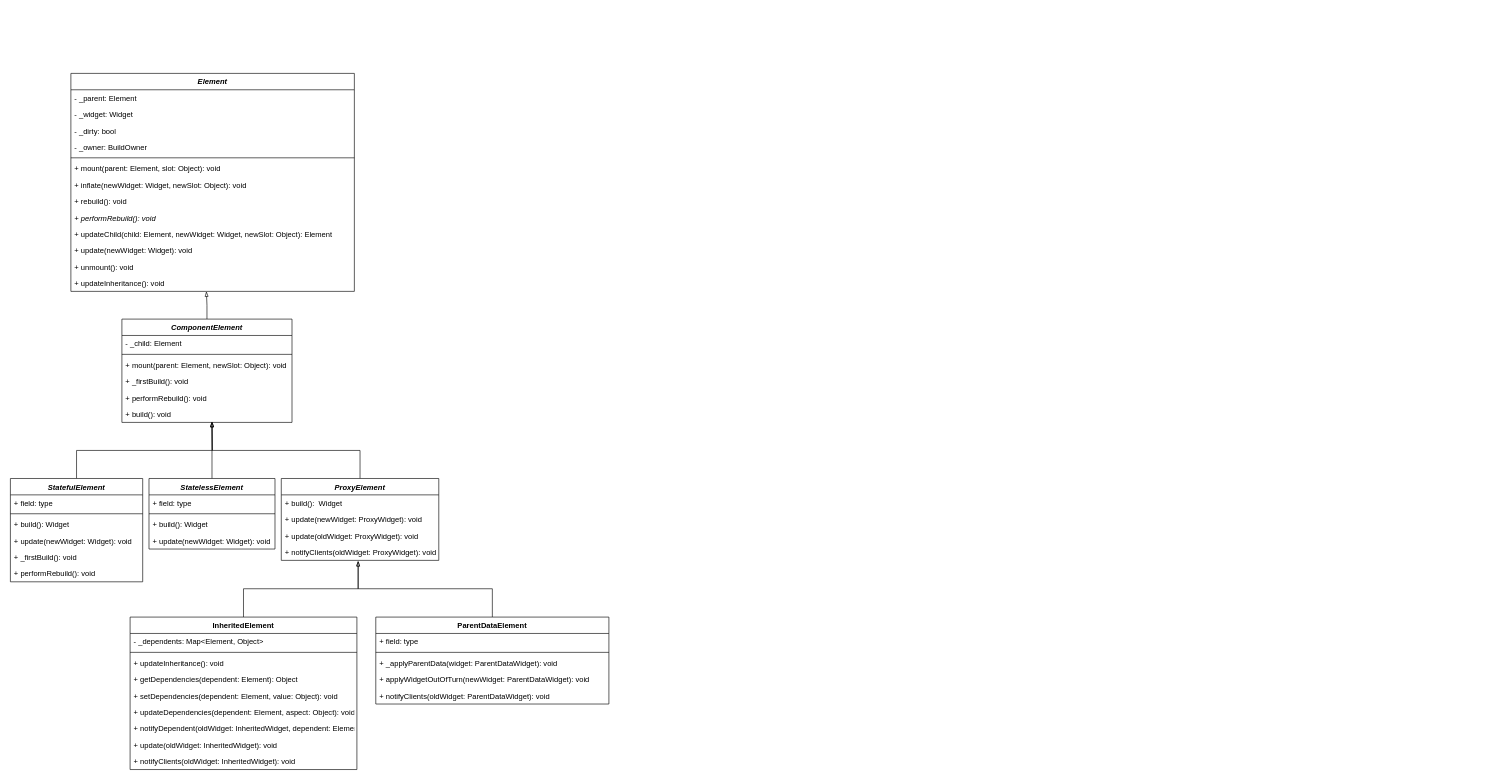
Above: flutter/element.drawio in rockstore/diagram (draw.io), before the change. Source tidied: cells renumbered, new cells numbered last; positions are measured from the earlier drawing's top-left corner, leaving out a move shared by most shapes. Both pictures are drawn from the tidied source at 63%, with x=0, y=0 at pixel (10, 73).
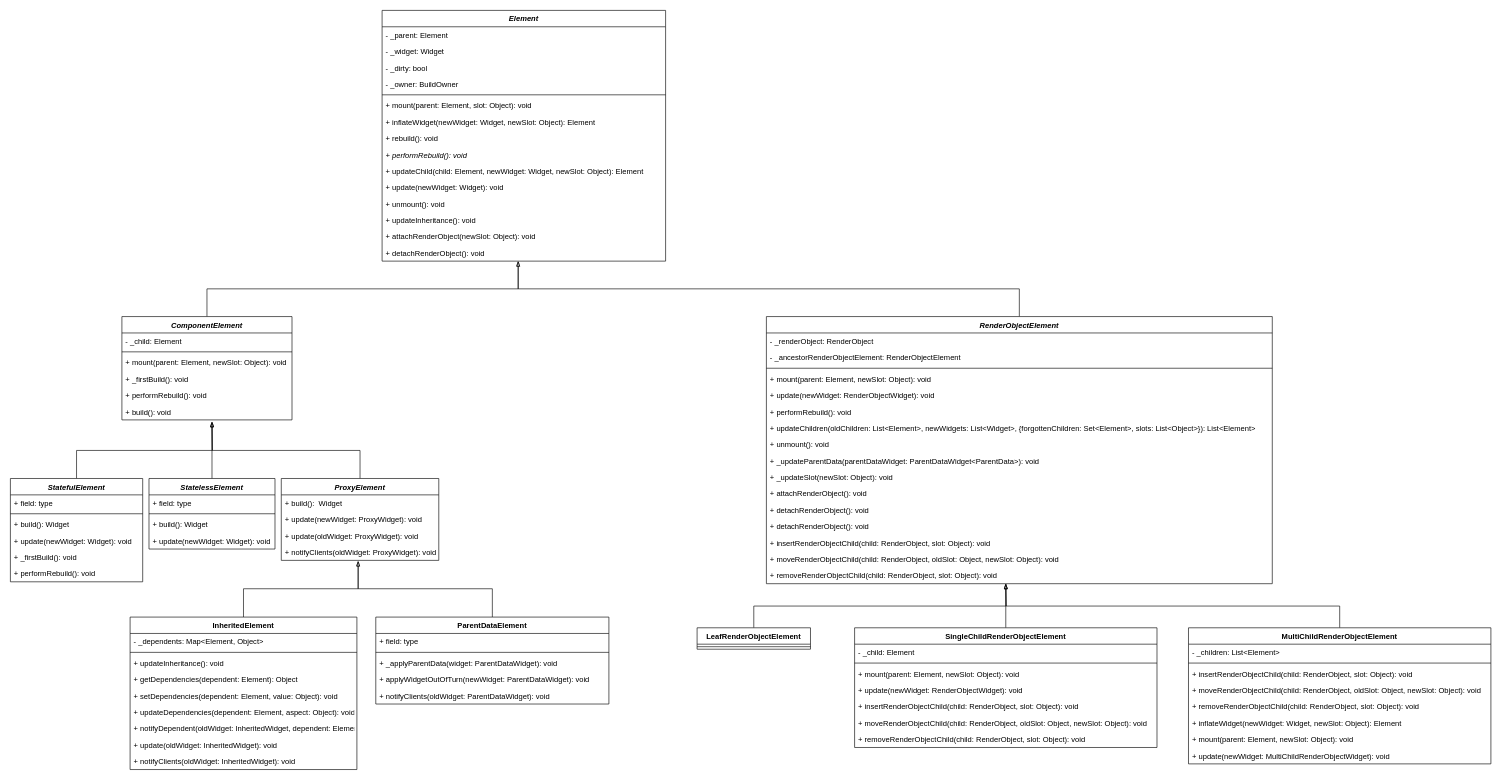
After the change.

The change refers to these unchanged cells:
```xml
<mxCell id="23" value="+ updateInheritance(): void" style="text;strokeColor=none;fillColor=none;align=left;verticalAlign=top;spacingLeft=4;spacingRight=4;overflow=hidden;points=[[0,0.5],[1,0.5]];portConstraint=eastwest;shadow=0;fontColor=default;startSize=26;" parent="10" vertex="1">
  <mxGeometry y="320" width="450" height="26" as="geometry" />
</mxCell>
```

What changed in the source:
```diff
@@
-    <mxCell id="2" style="edgeStyle=orthogonalEdgeStyle;rounded=0;jettySize=auto;html=1;exitX=0.5;exitY=0;exitDx=0;exitDy=0;entryX=0.478;entryY=1;entryDx=0;entryDy=0;entryPerimeter=0;labelBackgroundColor=default;fontColor=default;endArrow=blockThin;endFill=0;strokeColor=default;" parent="1" edge="1" source="3" target="23">
-      <mxGeometry relative="1" as="geometry" />
-    </mxCell>
+    <mxCell id="62" style="edgeStyle=orthogonalEdgeStyle;rounded=0;jettySize=auto;html=1;exitX=0.5;exitY=0;exitDx=0;exitDy=0;entryX=0.48;entryY=1;entryDx=0;entryDy=0;entryPerimeter=0;labelBackgroundColor=default;fontColor=default;endArrow=blockThin;endFill=0;strokeColor=default;fillColor=default;" parent="1" edge="1" source="3" target="64">
+      <mxGeometry relative="1" as="geometry" />
+    </mxCell>
     <mxCell id="3" value="ComponentElement" style="swimlane;fontStyle=3;align=center;verticalAlign=top;horizontal=1;startSize=26;fontColor=default;strokeColor=default;fillColor=default;" parent="1" vertex="1">
-      <mxGeometry x="177" y="390" width="270" height="164" as="geometry" />
+      <mxGeometry x="177" y="386" width="270" height="164" as="geometry" />
     </mxCell>
@@
     <mxCell id="10" value="Element" style="swimlane;fontStyle=3;align=center;verticalAlign=top;horizontal=1;startSize=26;shadow=0;fontColor=default;strokeColor=default;fillColor=default;" parent="1" vertex="1">
-      <mxGeometry x="96" width="450" height="346" as="geometry" />
+      <mxGeometry x="590" y="-100" width="450" height="398" as="geometry" />
     </mxCell>
@@
-    <mxCell id="17" value="+ inflate(newWidget: Widget, newSlot: Object): void" style="text;strokeColor=none;fillColor=none;align=left;verticalAlign=top;spacingLeft=4;spacingRight=4;overflow=hidden;shadow=0;fontColor=default;startSize=26;" parent="10" vertex="1">
+    <mxCell id="17" value="+ inflateWidget(newWidget: Widget, newSlot: Object): Element" style="text;strokeColor=none;fillColor=none;align=left;verticalAlign=top;spacingLeft=4;spacingRight=4;overflow=hidden;shadow=0;fontColor=default;startSize=26;" parent="10" vertex="1">
       <mxGeometry y="164" width="450" height="26" as="geometry" />
     </mxCell>
@@
+    <mxCell id="63" value="+ attachRenderObject(newSlot: Object): void" style="text;strokeColor=none;fillColor=none;align=left;verticalAlign=top;spacingLeft=4;spacingRight=4;overflow=hidden;shadow=0;fontColor=default;startSize=26;fontStyle=0;" parent="10" vertex="1">
+      <mxGeometry y="346" width="450" height="26" as="geometry" />
+    </mxCell>
+    <mxCell id="64" value="+ detachRenderObject(): void" style="text;strokeColor=none;fillColor=none;align=left;verticalAlign=top;spacingLeft=4;spacingRight=4;overflow=hidden;points=[[0,0.5],[1,0.5]];portConstraint=eastwest;shadow=0;fontColor=default;startSize=26;fontStyle=0;" parent="10" vertex="1">
+      <mxGeometry y="372" width="450" height="26" as="geometry" />
+    </mxCell>
@@
+    <mxCell id="65" style="edgeStyle=orthogonalEdgeStyle;rounded=0;jettySize=auto;html=1;exitX=0.5;exitY=0;exitDx=0;exitDy=0;entryX=0.48;entryY=1;entryDx=0;entryDy=0;entryPerimeter=0;labelBackgroundColor=default;fontColor=default;endArrow=blockThin;endFill=0;strokeColor=default;fillColor=default;" parent="1" edge="1" source="66" target="64">
+      <mxGeometry relative="1" as="geometry" />
+    </mxCell>
+    <mxCell id="66" value="RenderObjectElement" style="swimlane;fontStyle=3;align=center;verticalAlign=top;horizontal=1;startSize=26;labelBackgroundColor=default;fontColor=default;strokeColor=default;fillColor=default;" parent="1" vertex="1">
+      <mxGeometry x="1200" y="386" width="803" height="424" as="geometry" />
+    </mxCell>
+    <mxCell id="67" value="- _renderObject: RenderObject" style="text;strokeColor=none;fillColor=none;align=left;verticalAlign=top;spacingLeft=4;spacingRight=4;overflow=hidden;labelBackgroundColor=default;fontColor=default;" parent="66" vertex="1">
+      <mxGeometry y="26" width="803" height="26" as="geometry" />
+    </mxCell>
+    <mxCell id="68" value="- _ancestorRenderObjectElement: RenderObjectElement" style="text;strokeColor=none;fillColor=none;align=left;verticalAlign=top;spacingLeft=4;spacingRight=4;overflow=hidden;labelBackgroundColor=default;fontColor=default;" parent="66" vertex="1">
+      <mxGeometry y="52" width="803" height="26" as="geometry" />
+    </mxCell>
+    <mxCell id="69" style="line;strokeWidth=1;fillColor=none;align=left;verticalAlign=middle;spacingTop=-1;spacingLeft=3;spacingRight=3;labelPosition=right;labelBackgroundColor=default;fontColor=default;" parent="66" vertex="1">
+      <mxGeometry y="78" width="803" height="8" as="geometry" />
+    </mxCell>
+    <mxCell id="70" value="+ mount(parent: Element, newSlot: Object): void" style="text;strokeColor=none;fillColor=none;align=left;verticalAlign=top;spacingLeft=4;spacingRight=4;overflow=hidden;labelBackgroundColor=default;fontColor=default;" parent="66" vertex="1">
+      <mxGeometry y="86" width="803" height="26" as="geometry" />
+    </mxCell>
+    <mxCell id="71" value="+ update(newWidget: RenderObjectWidget): void" style="text;strokeColor=none;fillColor=none;align=left;verticalAlign=top;spacingLeft=4;spacingRight=4;overflow=hidden;labelBackgroundColor=default;fontColor=default;" parent="66" vertex="1">
+      <mxGeometry y="112" width="803" height="26" as="geometry" />
+    </mxCell>
+    <mxCell id="72" value="+ performRebuild(): void" style="text;strokeColor=none;fillColor=none;align=left;verticalAlign=top;spacingLeft=4;spacingRight=4;overflow=hidden;labelBackgroundColor=default;fontColor=default;" parent="66" vertex="1">
+      <mxGeometry y="138" width="803" height="26" as="geometry" />
+    </mxCell>
+    <mxCell id="73" value="+ updateChildren(oldChildren: List&lt;Element&gt;, newWidgets: List&lt;Widget&gt;, {forgottenChildren: Set&lt;Element&gt;, slots: List&lt;Object&gt;}): List&lt;Element&gt;" style="text;strokeColor=none;fillColor=none;align=left;verticalAlign=top;spacingLeft=4;spacingRight=4;overflow=hidden;labelBackgroundColor=default;fontColor=default;" parent="66" vertex="1">
+      <mxGeometry y="164" width="803" height="26" as="geometry" />
+    </mxCell>
+    <mxCell id="74" value="+ unmount(): void" style="text;strokeColor=none;fillColor=none;align=left;verticalAlign=top;spacingLeft=4;spacingRight=4;overflow=hidden;labelBackgroundColor=default;fontColor=default;" parent="66" vertex="1">
+      <mxGeometry y="190" width="803" height="26" as="geometry" />
+    </mxCell>
+    <mxCell id="75" value="+ _updateParentData(parentDataWidget: ParentDataWidget&lt;ParentData&gt;): void" style="text;strokeColor=none;fillColor=none;align=left;verticalAlign=top;spacingLeft=4;spacingRight=4;overflow=hidden;labelBackgroundColor=default;fontColor=default;" parent="66" vertex="1">
+      <mxGeometry y="216" width="803" height="26" as="geometry" />
+    </mxCell>
+    <mxCell id="76" value="+ _updateSlot(newSlot: Object): void" style="text;strokeColor=none;fillColor=none;align=left;verticalAlign=top;spacingLeft=4;spacingRight=4;overflow=hidden;labelBackgroundColor=default;fontColor=default;" parent="66" vertex="1">
+      <mxGeometry y="242" width="803" height="26" as="geometry" />
+    </mxCell>
+    <mxCell id="77" value="+ attachRenderObject(): void" style="text;strokeColor=none;fillColor=none;align=left;verticalAlign=top;spacingLeft=4;spacingRight=4;overflow=hidden;labelBackgroundColor=default;fontColor=default;" parent="66" vertex="1">
+      <mxGeometry y="268" width="803" height="26" as="geometry" />
+    </mxCell>
+    <mxCell id="78" value="+ detachRenderObject(): void" style="text;strokeColor=none;fillColor=none;align=left;verticalAlign=top;spacingLeft=4;spacingRight=4;overflow=hidden;labelBackgroundColor=default;fontColor=default;" parent="66" vertex="1">
+      <mxGeometry y="294" width="803" height="26" as="geometry" />
+    </mxCell>
+    <mxCell id="79" value="+ detachRenderObject(): void" style="text;strokeColor=none;fillColor=none;align=left;verticalAlign=top;spacingLeft=4;spacingRight=4;overflow=hidden;labelBackgroundColor=default;fontColor=default;" parent="66" vertex="1">
+      <mxGeometry y="320" width="803" height="26" as="geometry" />
+    </mxCell>
+    <mxCell id="80" value="+ insertRenderObjectChild(child: RenderObject, slot: Object): void" style="text;strokeColor=none;fillColor=none;align=left;verticalAlign=top;spacingLeft=4;spacingRight=4;overflow=hidden;labelBackgroundColor=default;fontColor=default;" parent="66" vertex="1">
+      <mxGeometry y="346" width="803" height="26" as="geometry" />
+    </mxCell>
+    <mxCell id="81" value="+ moveRenderObjectChild(child: RenderObject, oldSlot: Object, newSlot: Object): void" style="text;strokeColor=none;fillColor=none;align=left;verticalAlign=top;spacingLeft=4;spacingRight=4;overflow=hidden;labelBackgroundColor=default;fontColor=default;" parent="66" vertex="1">
+      <mxGeometry y="372" width="803" height="26" as="geometry" />
+    </mxCell>
+    <mxCell id="82" value="+ removeRenderObjectChild(child: RenderObject, slot: Object): void" style="text;strokeColor=none;fillColor=none;align=left;verticalAlign=top;spacingLeft=4;spacingRight=4;overflow=hidden;labelBackgroundColor=default;fontColor=default;" parent="66" vertex="1">
+      <mxGeometry y="398" width="803" height="26" as="geometry" />
+    </mxCell>
+    <mxCell id="83" style="edgeStyle=orthogonalEdgeStyle;rounded=0;jettySize=auto;html=1;exitX=0.5;exitY=0;exitDx=0;exitDy=0;labelBackgroundColor=default;fontColor=default;endArrow=blockThin;endFill=0;strokeColor=default;fillColor=default;" parent="1" edge="1" source="84">
+      <mxGeometry relative="1" as="geometry">
+        <mxPoint x="1580" y="810" as="targetPoint" />
+      </mxGeometry>
+    </mxCell>
+    <mxCell id="84" value="LeafRenderObjectElement" style="swimlane;fontStyle=1;align=center;verticalAlign=top;horizontal=1;startSize=26;labelBackgroundColor=default;fontColor=default;strokeColor=default;fillColor=default;" parent="1" vertex="1">
+      <mxGeometry x="1090" y="880" width="180" height="34" as="geometry" />
+    </mxCell>
+    <mxCell id="85" style="line;strokeWidth=1;fillColor=none;align=left;verticalAlign=middle;spacingTop=-1;spacingLeft=3;spacingRight=3;labelPosition=right;labelBackgroundColor=default;fontColor=default;" parent="84" vertex="1">
+      <mxGeometry y="26" width="180" height="8" as="geometry" />
+    </mxCell>
+    <mxCell id="86" style="edgeStyle=orthogonalEdgeStyle;rounded=0;jettySize=auto;html=1;exitX=0.5;exitY=0;exitDx=0;exitDy=0;labelBackgroundColor=default;fontColor=default;endArrow=blockThin;endFill=0;strokeColor=default;fillColor=default;" parent="1" edge="1" source="87">
+      <mxGeometry relative="1" as="geometry">
+        <mxPoint x="1580" y="810" as="targetPoint" />
+      </mxGeometry>
+    </mxCell>
+    <mxCell id="87" value="SingleChildRenderObjectElement" style="swimlane;fontStyle=1;align=center;verticalAlign=top;horizontal=1;startSize=26;labelBackgroundColor=default;fontColor=default;strokeColor=default;fillColor=default;" parent="1" vertex="1">
+      <mxGeometry x="1340" y="880" width="480" height="190" as="geometry" />
+    </mxCell>
+    <mxCell id="88" value="- _child: Element" style="text;strokeColor=none;fillColor=none;align=left;verticalAlign=top;spacingLeft=4;spacingRight=4;overflow=hidden;labelBackgroundColor=default;fontColor=default;" parent="87" vertex="1">
+      <mxGeometry y="26" width="480" height="26" as="geometry" />
+    </mxCell>
+    <mxCell id="89" style="line;strokeWidth=1;fillColor=none;align=left;verticalAlign=middle;spacingTop=-1;spacingLeft=3;spacingRight=3;labelPosition=right;labelBackgroundColor=default;fontColor=default;" parent="87" vertex="1">
+      <mxGeometry y="52" width="480" height="8" as="geometry" />
+    </mxCell>
+    <mxCell id="90" value="+ mount(parent: Element, newSlot: Object): void" style="text;strokeColor=none;fillColor=none;align=left;verticalAlign=top;spacingLeft=4;spacingRight=4;overflow=hidden;labelBackgroundColor=default;fontColor=default;" parent="87" vertex="1">
+      <mxGeometry y="60" width="480" height="26" as="geometry" />
+    </mxCell>
+    <mxCell id="91" value="+ update(newWidget: RenderObjectWidget): void" style="text;strokeColor=none;fillColor=none;align=left;verticalAlign=top;spacingLeft=4;spacingRight=4;overflow=hidden;labelBackgroundColor=default;fontColor=default;" parent="87" vertex="1">
+      <mxGeometry y="86" width="480" height="26" as="geometry" />
+    </mxCell>
+    <mxCell id="92" value="+ insertRenderObjectChild(child: RenderObject, slot: Object): void" style="text;strokeColor=none;fillColor=none;align=left;verticalAlign=top;spacingLeft=4;spacingRight=4;overflow=hidden;labelBackgroundColor=default;fontColor=default;" parent="87" vertex="1">
+      <mxGeometry y="112" width="480" height="26" as="geometry" />
+    </mxCell>
+    <mxCell id="93" value="+ moveRenderObjectChild(child: RenderObject, oldSlot: Object, newSlot: Object): void" style="text;strokeColor=none;fillColor=none;align=left;verticalAlign=top;spacingLeft=4;spacingRight=4;overflow=hidden;labelBackgroundColor=default;fontColor=default;" parent="87" vertex="1">
+      <mxGeometry y="138" width="480" height="26" as="geometry" />
+    </mxCell>
+    <mxCell id="94" value="+ removeRenderObjectChild(child: RenderObject, slot: Object): void" style="text;strokeColor=none;fillColor=none;align=left;verticalAlign=top;spacingLeft=4;spacingRight=4;overflow=hidden;labelBackgroundColor=default;fontColor=default;" parent="87" vertex="1">
+      <mxGeometry y="164" width="480" height="26" as="geometry" />
+    </mxCell>
+    <mxCell id="95" style="edgeStyle=orthogonalEdgeStyle;rounded=0;jettySize=auto;html=1;exitX=0.5;exitY=0;exitDx=0;exitDy=0;labelBackgroundColor=default;fontColor=default;endArrow=blockThin;endFill=0;strokeColor=default;fillColor=default;" parent="1" edge="1" source="96">
+      <mxGeometry relative="1" as="geometry">
+        <mxPoint x="1580" y="810" as="targetPoint" />
+      </mxGeometry>
+    </mxCell>
+    <mxCell id="96" value="MultiChildRenderObjectElement" style="swimlane;fontStyle=1;align=center;verticalAlign=top;horizontal=1;startSize=26;labelBackgroundColor=default;fontColor=default;strokeColor=default;fillColor=default;" parent="1" vertex="1">
+      <mxGeometry x="1870" y="880" width="480" height="216" as="geometry" />
+    </mxCell>
+    <mxCell id="97" value="- _children: List&lt;Element&gt;" style="text;strokeColor=none;fillColor=none;align=left;verticalAlign=top;spacingLeft=4;spacingRight=4;overflow=hidden;labelBackgroundColor=default;fontColor=default;" parent="96" vertex="1">
+      <mxGeometry y="26" width="480" height="26" as="geometry" />
+    </mxCell>
+    <mxCell id="98" style="line;strokeWidth=1;fillColor=none;align=left;verticalAlign=middle;spacingTop=-1;spacingLeft=3;spacingRight=3;labelPosition=right;labelBackgroundColor=default;fontColor=default;" parent="96" vertex="1">
+      <mxGeometry y="52" width="480" height="8" as="geometry" />
+    </mxCell>
+    <mxCell id="99" value="+ insertRenderObjectChild(child: RenderObject, slot: Object): void" style="text;strokeColor=none;fillColor=none;align=left;verticalAlign=top;spacingLeft=4;spacingRight=4;overflow=hidden;labelBackgroundColor=default;fontColor=default;" parent="96" vertex="1">
+      <mxGeometry y="60" width="480" height="26" as="geometry" />
+    </mxCell>
+    <mxCell id="100" value="+ moveRenderObjectChild(child: RenderObject, oldSlot: Object, newSlot: Object): void" style="text;strokeColor=none;fillColor=none;align=left;verticalAlign=top;spacingLeft=4;spacingRight=4;overflow=hidden;labelBackgroundColor=default;fontColor=default;" parent="96" vertex="1">
+      <mxGeometry y="86" width="480" height="26" as="geometry" />
+    </mxCell>
+    <mxCell id="101" value="+ removeRenderObjectChild(child: RenderObject, slot: Object): void" style="text;strokeColor=none;fillColor=none;align=left;verticalAlign=top;spacingLeft=4;spacingRight=4;overflow=hidden;labelBackgroundColor=default;fontColor=default;" parent="96" vertex="1">
+      <mxGeometry y="112" width="480" height="26" as="geometry" />
+    </mxCell>
+    <mxCell id="102" value="+ inflateWidget(newWidget: Widget, newSlot: Object): Element" style="text;strokeColor=none;fillColor=none;align=left;verticalAlign=top;spacingLeft=4;spacingRight=4;overflow=hidden;labelBackgroundColor=default;fontColor=default;" parent="96" vertex="1">
+      <mxGeometry y="138" width="480" height="26" as="geometry" />
+    </mxCell>
+    <mxCell id="103" value="+ mount(parent: Element, newSlot: Object): void" style="text;strokeColor=none;fillColor=none;align=left;verticalAlign=top;spacingLeft=4;spacingRight=4;overflow=hidden;labelBackgroundColor=default;fontColor=default;" parent="96" vertex="1">
+      <mxGeometry y="164" width="480" height="26" as="geometry" />
+    </mxCell>
+    <mxCell id="104" value="+ update(newWidget: MultiChildRenderObjectWidget): void" style="text;strokeColor=none;fillColor=none;align=left;verticalAlign=top;spacingLeft=4;spacingRight=4;overflow=hidden;labelBackgroundColor=default;fontColor=default;" parent="96" vertex="1">
+      <mxGeometry y="190" width="480" height="26" as="geometry" />
+    </mxCell>
```
